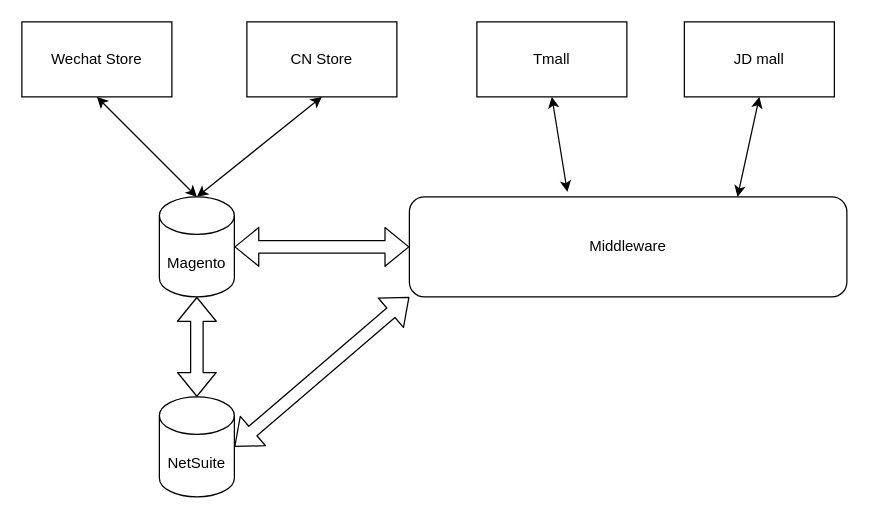
Before: page "Page-1" (1 of 2) of Untitled Diagram.drawio in at99/Snap.svg, a draw.io diagram. Source tidied: cells renumbered, new cells numbered last; positions are measured from the earlier drawing's top-left corner, leaving out a move shared by most shapes. Both pictures are drawn from the tidied source at 125%, with x=0, y=0 at pixel (21, 21).
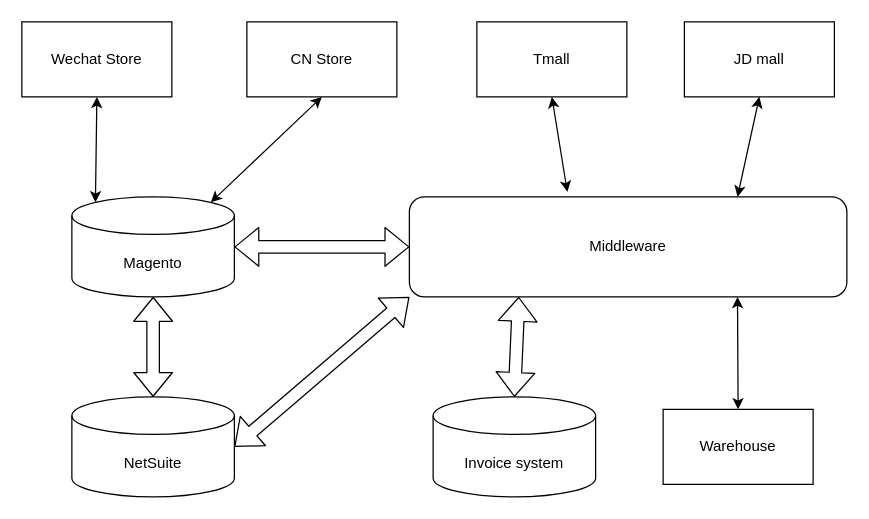
Above is the later version.

What changed in the source:
```diff
@@
 <mxGraphModel>
   <root>
     <mxCell id="0" />
     <mxCell id="1" parent="0" />
     <mxCell id="2" value="Magento" style="shape=cylinder3;whiteSpace=wrap;html=1;boundedLbl=1;backgroundOutline=1;size=15;" parent="1" vertex="1">
-      <mxGeometry x="110" y="140" width="60" height="80" as="geometry" />
+      <mxGeometry x="40" y="140" width="130" height="80" as="geometry" />
     </mxCell>
     <mxCell id="3" value="CN Store" style="rounded=0;whiteSpace=wrap;html=1;" parent="1" vertex="1">
       <mxGeometry x="180" width="120" height="60" as="geometry" />
     </mxCell>
     <mxCell id="4" value="Tmall" style="rounded=0;whiteSpace=wrap;html=1;" parent="1" vertex="1">
       <mxGeometry x="364" width="120" height="60" as="geometry" />
     </mxCell>
     <mxCell id="5" value="JD mall" style="rounded=0;whiteSpace=wrap;html=1;" parent="1" vertex="1">
       <mxGeometry x="530" width="120" height="60" as="geometry" />
     </mxCell>
     <mxCell id="6" value="Middleware" style="rounded=1;whiteSpace=wrap;html=1;" parent="1" vertex="1">
       <mxGeometry x="310" y="140" width="350" height="80" as="geometry" />
     </mxCell>
     <mxCell id="7" value="NetSuite" style="shape=cylinder3;whiteSpace=wrap;html=1;boundedLbl=1;backgroundOutline=1;size=15;" parent="1" vertex="1">
-      <mxGeometry x="110" y="300" width="60" height="80" as="geometry" />
+      <mxGeometry x="40" y="300" width="130" height="80" as="geometry" />
     </mxCell>
     <mxCell id="8" value="Wechat Store" style="rounded=0;whiteSpace=wrap;html=1;" parent="1" vertex="1">
       <mxGeometry width="120" height="60" as="geometry" />
     </mxCell>
-    <mxCell id="9" style="endArrow=classic;startArrow=classic;html=1;entryX=0.5;entryY=1;entryDx=0;entryDy=0;exitX=0.5;exitY=0;exitDx=0;exitDy=0;exitPerimeter=0;" parent="1" edge="1" source="2" target="3">
+    <mxCell id="9" style="endArrow=classic;startArrow=classic;html=1;entryX=0.5;entryY=1;entryDx=0;entryDy=0;exitX=0.855;exitY=0;exitDx=0;exitDy=4.35;exitPerimeter=0;" parent="1" edge="1" source="2" target="3">
       <mxGeometry relative="1" as="geometry" />
     </mxCell>
-    <mxCell id="10" style="endArrow=classic;startArrow=classic;html=1;exitX=0.5;exitY=0;exitDx=0;exitDy=0;exitPerimeter=0;entryX=0.5;entryY=1;entryDx=0;entryDy=0;" parent="1" edge="1" source="2" target="8">
+    <mxCell id="10" style="endArrow=classic;startArrow=classic;html=1;exitX=0.145;exitY=0;exitDx=0;exitDy=4.35;exitPerimeter=0;entryX=0.5;entryY=1;entryDx=0;entryDy=0;" parent="1" edge="1" source="2" target="8">
       <mxGeometry relative="1" as="geometry" />
     </mxCell>
     <mxCell id="11" style="shape=flexArrow;endArrow=classic;startArrow=classic;html=1;entryX=0;entryY=0.5;entryDx=0;entryDy=0;exitX=1;exitY=0.5;exitDx=0;exitDy=0;exitPerimeter=0;" parent="1" edge="1" source="2" target="6">
       <mxGeometry relative="1" as="geometry" />
     </mxCell>
     <mxCell id="12" style="shape=flexArrow;endArrow=classic;startArrow=classic;html=1;entryX=0.5;entryY=1;entryDx=0;entryDy=0;entryPerimeter=0;" parent="1" edge="1" source="7" target="2">
       <mxGeometry relative="1" as="geometry" />
     </mxCell>
     <mxCell id="13" style="shape=flexArrow;endArrow=classic;startArrow=classic;html=1;entryX=0;entryY=1;entryDx=0;entryDy=0;exitX=1;exitY=0.5;exitDx=0;exitDy=0;exitPerimeter=0;" parent="1" edge="1" source="7" target="6">
       <mxGeometry relative="1" as="geometry" />
     </mxCell>
     <mxCell id="14" style="endArrow=classic;startArrow=classic;html=1;entryX=0.5;entryY=1;entryDx=0;entryDy=0;exitX=0.361;exitY=-0.05;exitDx=0;exitDy=0;exitPerimeter=0;" parent="1" edge="1" source="6" target="4">
       <mxGeometry relative="1" as="geometry" />
     </mxCell>
     <mxCell id="15" style="endArrow=classic;startArrow=classic;html=1;entryX=0.5;entryY=1;entryDx=0;entryDy=0;exitX=0.75;exitY=0;exitDx=0;exitDy=0;" parent="1" edge="1" source="6" target="5">
       <mxGeometry relative="1" as="geometry" />
     </mxCell>
+    <mxCell id="16" value="Invoice system" style="shape=cylinder3;whiteSpace=wrap;html=1;boundedLbl=1;backgroundOutline=1;size=15;" parent="1" vertex="1">
+      <mxGeometry x="329" y="300" width="130" height="80" as="geometry" />
+    </mxCell>
+    <mxCell id="17" style="shape=flexArrow;endArrow=classic;startArrow=classic;html=1;entryX=0.25;entryY=1;entryDx=0;entryDy=0;exitX=0.5;exitY=0;exitDx=0;exitDy=0;exitPerimeter=0;" parent="1" edge="1" source="16" target="6">
+      <mxGeometry relative="1" as="geometry" />
+    </mxCell>
+    <mxCell id="18" value="Warehouse" style="rounded=0;whiteSpace=wrap;html=1;" parent="1" vertex="1">
+      <mxGeometry x="513" y="310" width="120" height="60" as="geometry" />
+    </mxCell>
+    <mxCell id="19" style="endArrow=classic;startArrow=classic;html=1;entryX=0.75;entryY=1;entryDx=0;entryDy=0;exitX=0.5;exitY=0;exitDx=0;exitDy=0;" parent="1" edge="1" source="18" target="6">
+      <mxGeometry relative="1" as="geometry" />
+    </mxCell>
   </root>
 </mxGraphModel>
```
